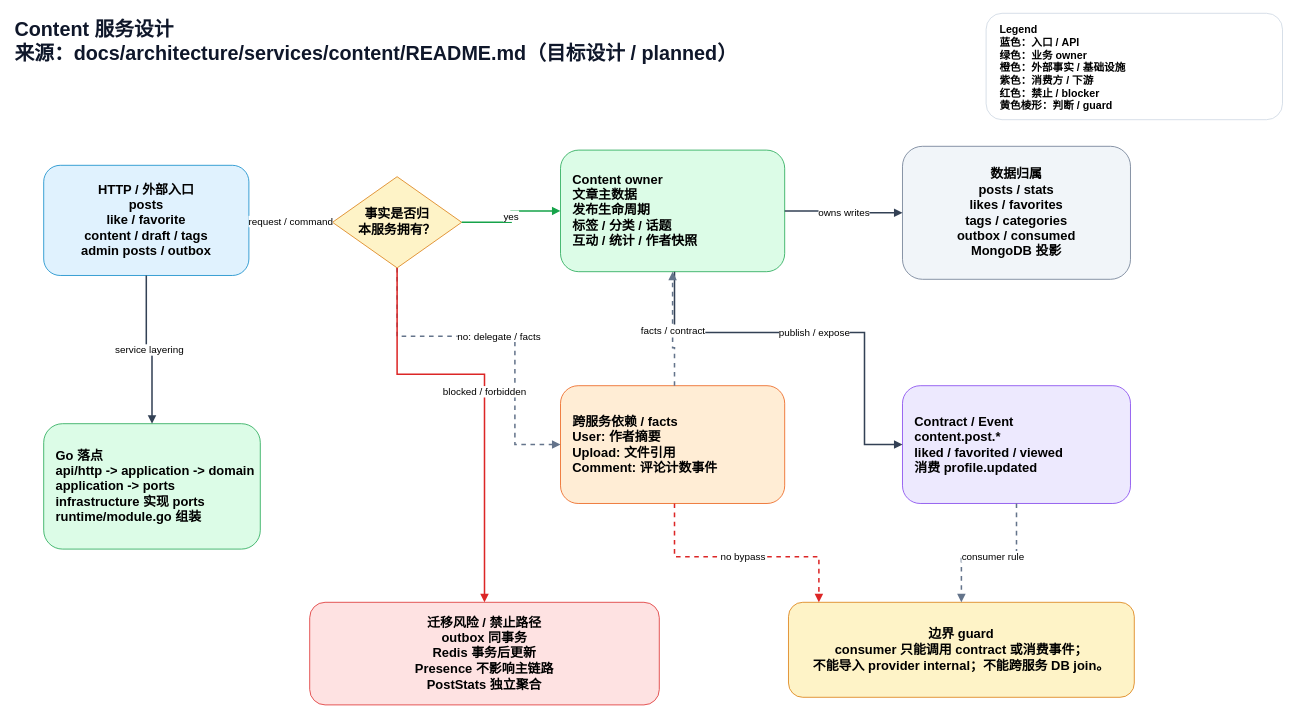
Earlier version of the draw.io diagram page "Content" (4 of 13) of docs/architecture/services/_overview/service-design.drawio (architectcgz/zhicore-go). Source tidied: cells renumbered, new cells numbered last; positions are measured from the earlier drawing's top-left corner, leaving out a move shared by most shapes. Both pictures are drawn from the tidied source at 76%, with x=0, y=0 at pixel (13, 13).
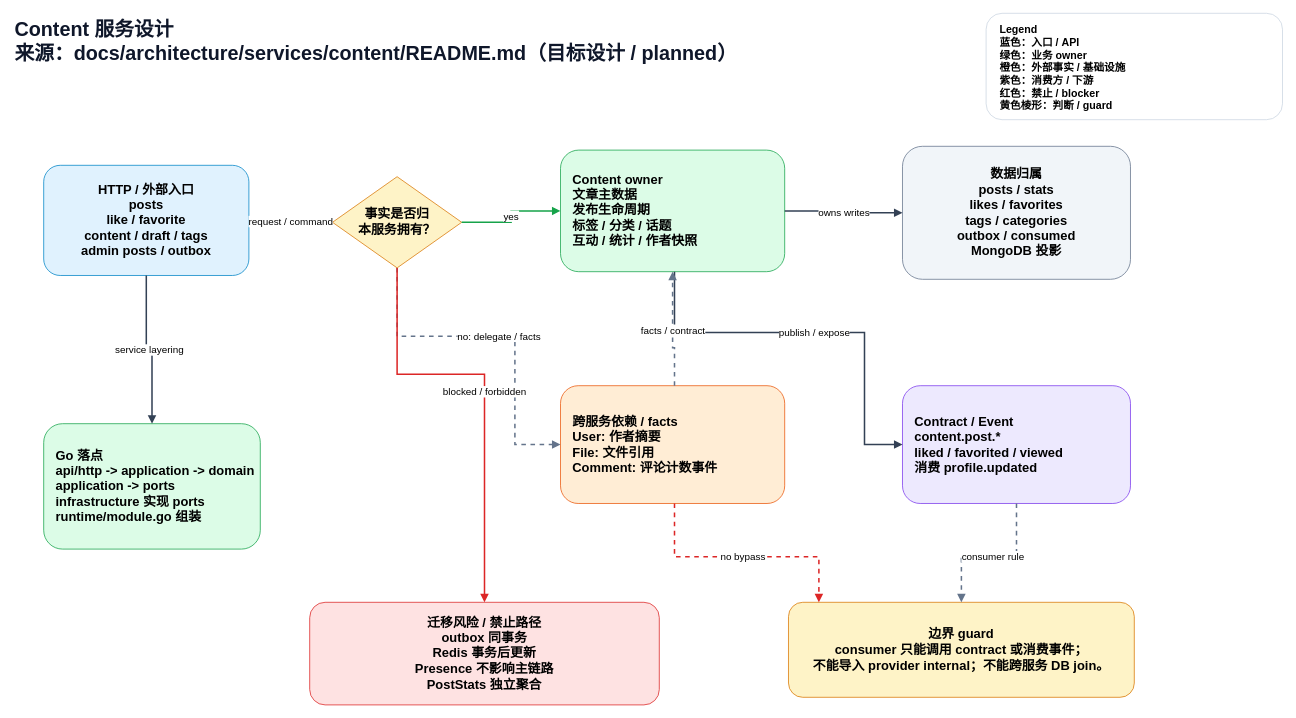
The same diagram, later.

Diff of the diagram source:
```diff
@@
-    <mxCell id="9" value="跨服务依赖 / facts&#10;User: 作者摘要&#10;Upload: 文件引用&#10;Comment: 评论计数事件" style="rounded=1;whiteSpace=wrap;html=1;fillColor=#ffedd5;strokeColor=#ea580c;fontSize=17;fontStyle=1;align=left;verticalAlign=middle;spacing=6;spacingLeft=10;" parent="1" vertex="1">
+    <mxCell id="9" value="跨服务依赖 / facts&#10;User: 作者摘要&#10;File: 文件引用&#10;Comment: 评论计数事件" style="rounded=1;whiteSpace=wrap;html=1;fillColor=#ffedd5;strokeColor=#ea580c;fontSize=17;fontStyle=1;align=left;verticalAlign=middle;spacing=6;spacingLeft=10;" parent="1" vertex="1">
       <mxGeometry x="720" y="490" width="295" height="155" as="geometry" />
     </mxCell>
```
